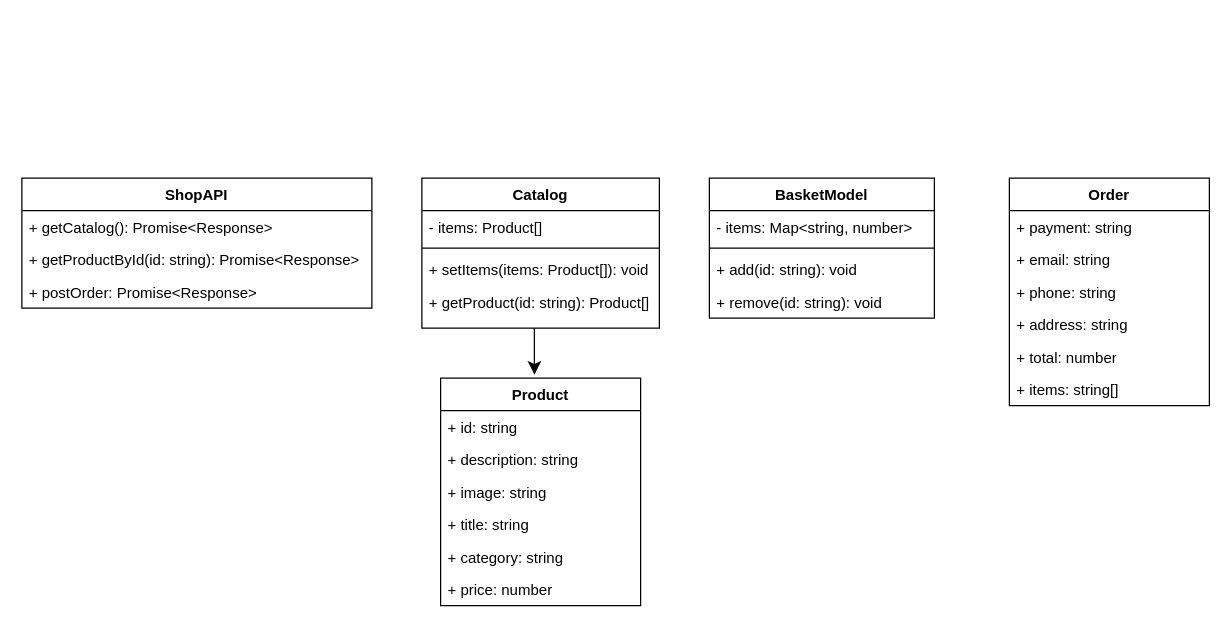
Kirill22012002/web-larek keeps this draw.io diagram as web-larek.drawio. Above is the earlier version. Source tidied: cells renumbered, new cells numbered last; positions are measured from the earlier drawing's top-left corner, leaving out a move shared by most shapes. Both pictures are drawn from the tidied source at 125%, with x=0, y=0 at pixel (21, 178).
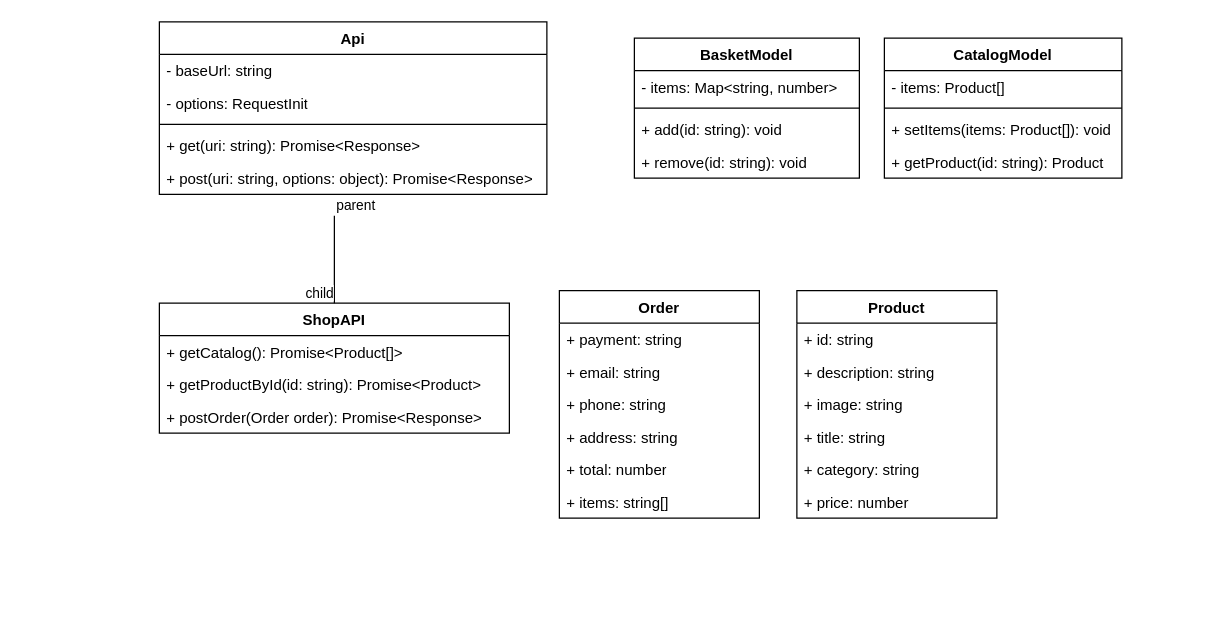
The same page after the edit.

The edit, as a diff of the source:
```diff
@@
     <mxCell id="2" value="Product" style="swimlane;fontStyle=1;align=center;verticalAlign=top;horizontal=1;startSize=26;whiteSpace=wrap;html=1;" parent="1" vertex="1">
-      <mxGeometry x="335" y="160" width="160" height="182" as="geometry" />
+      <mxGeometry x="620" y="90" width="160" height="182" as="geometry" />
     </mxCell>
@@
-    <mxCell id="9" value="Catalog" style="swimlane;fontStyle=1;align=center;verticalAlign=top;horizontal=1;startSize=26;whiteSpace=wrap;html=1;" parent="1" vertex="1">
-      <mxGeometry x="320" width="190" height="120" as="geometry" />
-    </mxCell>
-    <mxCell id="10" value="- items: Product[]" style="text;strokeColor=none;fillColor=none;align=left;verticalAlign=top;spacingLeft=4;spacingRight=4;overflow=hidden;whiteSpace=wrap;html=1;" parent="9" vertex="1">
-      <mxGeometry y="26" width="190" height="26" as="geometry" />
-    </mxCell>
-    <mxCell id="11" style="line;strokeWidth=1;fillColor=none;align=left;verticalAlign=middle;spacingTop=-1;spacingLeft=3;spacingRight=3;labelPosition=right;strokeColor=inherit;" parent="9" vertex="1">
-      <mxGeometry y="52" width="190" height="8" as="geometry" />
-    </mxCell>
-    <mxCell id="12" value="+ setItems(items: Product[]): void" style="text;strokeColor=none;fillColor=none;align=left;verticalAlign=top;spacingLeft=4;spacingRight=4;overflow=hidden;whiteSpace=wrap;html=1;" parent="9" vertex="1">
-      <mxGeometry y="60" width="190" height="26" as="geometry" />
-    </mxCell>
-    <mxCell id="13" style="endArrow=classic;html=1;rounded=0;fontSize=12;startSize=8;endSize=8;curved=1;entryX=0.469;entryY=-0.015;entryDx=0;entryDy=0;entryPerimeter=0;" parent="9" edge="1" target="2">
-      <mxGeometry relative="1" as="geometry">
-        <mxPoint x="90" y="120" as="sourcePoint" />
-      </mxGeometry>
-    </mxCell>
-    <mxCell id="14" value="+ getProduct(id: string): Product[]" style="text;strokeColor=none;fillColor=none;align=left;verticalAlign=top;spacingLeft=4;spacingRight=4;overflow=hidden;whiteSpace=wrap;html=1;" parent="9" vertex="1">
-      <mxGeometry y="86" width="190" height="34" as="geometry" />
-    </mxCell>
     <mxCell id="15" value="BasketModel" style="swimlane;fontStyle=1;align=center;verticalAlign=top;horizontal=1;startSize=26;whiteSpace=wrap;html=1;" parent="1" vertex="1">
-      <mxGeometry x="550" width="180" height="112" as="geometry" />
+      <mxGeometry x="490" y="-112" width="180" height="112" as="geometry" />
     </mxCell>
@@
     <mxCell id="20" value="ShopAPI" style="swimlane;fontStyle=1;align=center;verticalAlign=top;horizontal=1;startSize=26;whiteSpace=wrap;html=1;" parent="1" vertex="1">
-      <mxGeometry width="280" height="104" as="geometry" />
+      <mxGeometry x="110" y="100" width="280" height="104" as="geometry" />
     </mxCell>
-    <mxCell id="21" value="+ getCatalog(): Promise&amp;lt;Response&amp;gt;" style="text;strokeColor=none;fillColor=none;align=left;verticalAlign=top;spacingLeft=4;spacingRight=4;overflow=hidden;whiteSpace=wrap;html=1;" parent="20" vertex="1">
+    <mxCell id="21" value="+ getCatalog(): Promise&amp;lt;Product[]&amp;gt;" style="text;strokeColor=none;fillColor=none;align=left;verticalAlign=top;spacingLeft=4;spacingRight=4;overflow=hidden;whiteSpace=wrap;html=1;" parent="20" vertex="1">
       <mxGeometry y="26" width="280" height="26" as="geometry" />
     </mxCell>
-    <mxCell id="22" value="+ getProductById(id: string): Promise&amp;lt;Response&amp;gt;" style="text;strokeColor=none;fillColor=none;align=left;verticalAlign=top;spacingLeft=4;spacingRight=4;overflow=hidden;whiteSpace=wrap;html=1;" parent="20" vertex="1">
+    <mxCell id="22" value="+ getProductById(id: string): Promise&amp;lt;Product&amp;gt;" style="text;strokeColor=none;fillColor=none;align=left;verticalAlign=top;spacingLeft=4;spacingRight=4;overflow=hidden;whiteSpace=wrap;html=1;" parent="20" vertex="1">
       <mxGeometry y="52" width="280" height="26" as="geometry" />
     </mxCell>
-    <mxCell id="23" value="+ postOrder: Promise&amp;lt;Response&amp;gt;" style="text;strokeColor=none;fillColor=none;align=left;verticalAlign=top;spacingLeft=4;spacingRight=4;overflow=hidden;whiteSpace=wrap;html=1;" parent="20" vertex="1">
+    <mxCell id="23" value="+ postOrder(Order order): Promise&amp;lt;Response&amp;gt;" style="text;strokeColor=none;fillColor=none;align=left;verticalAlign=top;spacingLeft=4;spacingRight=4;overflow=hidden;whiteSpace=wrap;html=1;" parent="20" vertex="1">
       <mxGeometry y="78" width="280" height="26" as="geometry" />
     </mxCell>
     <mxCell id="24" value="Order" style="swimlane;fontStyle=1;align=center;verticalAlign=top;horizontal=1;startSize=26;whiteSpace=wrap;html=1;" parent="1" vertex="1">
-      <mxGeometry x="790" width="160" height="182" as="geometry" />
+      <mxGeometry x="430" y="90" width="160" height="182" as="geometry" />
     </mxCell>
@@
+    <mxCell id="31" value="Api" style="swimlane;fontStyle=1;align=center;verticalAlign=top;horizontal=1;startSize=26;whiteSpace=wrap;html=1;" parent="1" vertex="1">
+      <mxGeometry x="110" y="-125" width="310" height="138" as="geometry" />
+    </mxCell>
+    <mxCell id="32" value="- baseUrl: string" style="text;strokeColor=none;fillColor=none;align=left;verticalAlign=top;spacingLeft=4;spacingRight=4;overflow=hidden;whiteSpace=wrap;html=1;" parent="31" vertex="1">
+      <mxGeometry y="26" width="310" height="26" as="geometry" />
+    </mxCell>
+    <mxCell id="33" value="- options: RequestInit" style="text;strokeColor=none;fillColor=none;align=left;verticalAlign=top;spacingLeft=4;spacingRight=4;overflow=hidden;whiteSpace=wrap;html=1;" parent="31" vertex="1">
+      <mxGeometry y="52" width="310" height="26" as="geometry" />
+    </mxCell>
+    <mxCell id="34" style="line;strokeWidth=1;fillColor=none;align=left;verticalAlign=middle;spacingTop=-1;spacingLeft=3;spacingRight=3;labelPosition=right;strokeColor=inherit;" parent="31" vertex="1">
+      <mxGeometry y="78" width="310" height="8" as="geometry" />
+    </mxCell>
+    <mxCell id="35" value="+ get(uri: string): Promise&amp;lt;Response&amp;gt;" style="text;strokeColor=none;fillColor=none;align=left;verticalAlign=top;spacingLeft=4;spacingRight=4;overflow=hidden;whiteSpace=wrap;html=1;" parent="31" vertex="1">
+      <mxGeometry y="86" width="310" height="26" as="geometry" />
+    </mxCell>
+    <mxCell id="36" value="+ post(uri: string, options: object): Promise&amp;lt;Response&amp;gt;" style="text;strokeColor=none;fillColor=none;align=left;verticalAlign=top;spacingLeft=4;spacingRight=4;overflow=hidden;whiteSpace=wrap;html=1;" parent="31" vertex="1">
+      <mxGeometry y="112" width="310" height="26" as="geometry" />
+    </mxCell>
+    <mxCell id="37" value="CatalogModel" style="swimlane;fontStyle=1;align=center;verticalAlign=top;horizontal=1;startSize=26;whiteSpace=wrap;html=1;" parent="1" vertex="1">
+      <mxGeometry x="690" y="-112" width="190" height="112" as="geometry" />
+    </mxCell>
+    <mxCell id="10" value="- items: Product[]" style="text;strokeColor=none;fillColor=none;align=left;verticalAlign=top;spacingLeft=4;spacingRight=4;overflow=hidden;whiteSpace=wrap;html=1;" parent="37" vertex="1">
+      <mxGeometry y="26" width="190" height="26" as="geometry" />
+    </mxCell>
+    <mxCell id="11" style="line;strokeWidth=1;fillColor=none;align=left;verticalAlign=middle;spacingTop=-1;spacingLeft=3;spacingRight=3;labelPosition=right;strokeColor=inherit;" parent="37" vertex="1">
+      <mxGeometry y="52" width="190" height="8" as="geometry" />
+    </mxCell>
+    <mxCell id="12" value="+ setItems(items: Product[]): void" style="text;strokeColor=none;fillColor=none;align=left;verticalAlign=top;spacingLeft=4;spacingRight=4;overflow=hidden;whiteSpace=wrap;html=1;" parent="37" vertex="1">
+      <mxGeometry y="60" width="190" height="26" as="geometry" />
+    </mxCell>
+    <mxCell id="38" value="+ getProduct(id: string): Product" style="text;strokeColor=none;fillColor=none;align=left;verticalAlign=top;spacingLeft=4;spacingRight=4;overflow=hidden;whiteSpace=wrap;html=1;" parent="37" vertex="1">
+      <mxGeometry y="86" width="190" height="26" as="geometry" />
+    </mxCell>
+    <mxCell id="39" style="endArrow=none;html=1;edgeStyle=orthogonalEdgeStyle;rounded=0;" parent="1" edge="1">
+      <mxGeometry relative="1" as="geometry">
+        <mxPoint x="250" y="30" as="sourcePoint" />
+        <mxPoint x="250" y="100" as="targetPoint" />
+        <Array as="points">
+          <mxPoint x="250" y="57" />
+          <mxPoint x="250" y="57" />
+        </Array>
+      </mxGeometry>
+    </mxCell>
+    <mxCell id="40" value="parent" style="edgeLabel;html=1;align=left;verticalAlign=bottom;" parent="39" vertex="1">
+      <mxGeometry x="-1" relative="1" as="geometry" />
+    </mxCell>
+    <mxCell id="41" value="child" style="edgeLabel;html=1;align=right;verticalAlign=bottom;" parent="39" vertex="1">
+      <mxGeometry x="1" relative="1" as="geometry" />
+    </mxCell>
```
